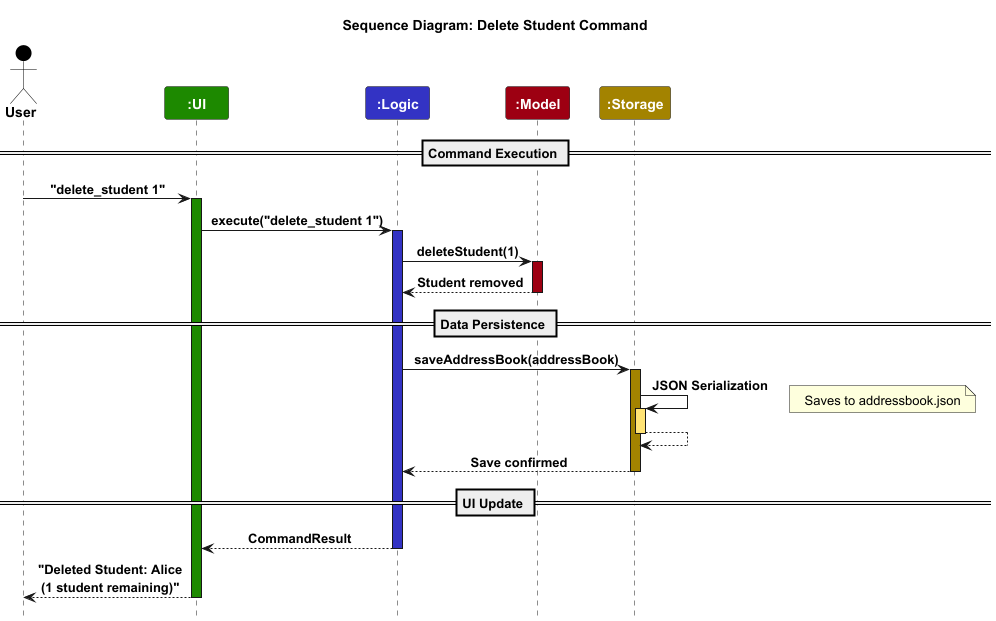
This is docs/images/ArchitectureSequenceDiagram-Sequence_Diagram__Delete_Student_Command.png from nicholasohjj/tp, a PlantUML export, as it was before one commit.
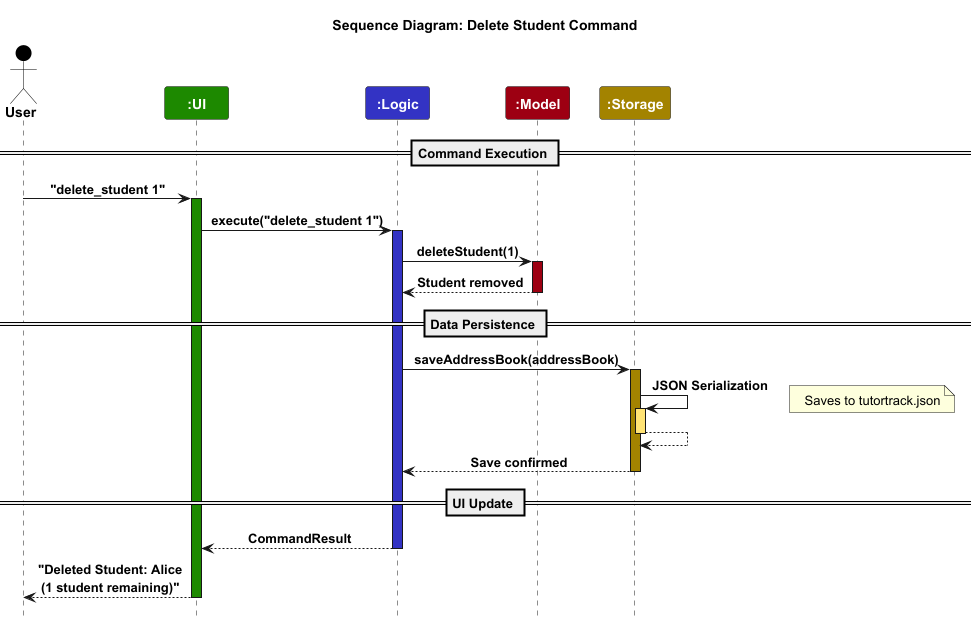
The same file after the commit.

Diff of the diagram source:
```diff
@@ -36,7 +36,7 @@
 
 storage -> storage : JSON Serialization
 activate storage STORAGE_COLOR_T1
-note right: Saves to addressbook.json
+note right: Saves to tutortrack.json
 storage --> storage
 deactivate storage
 
```
